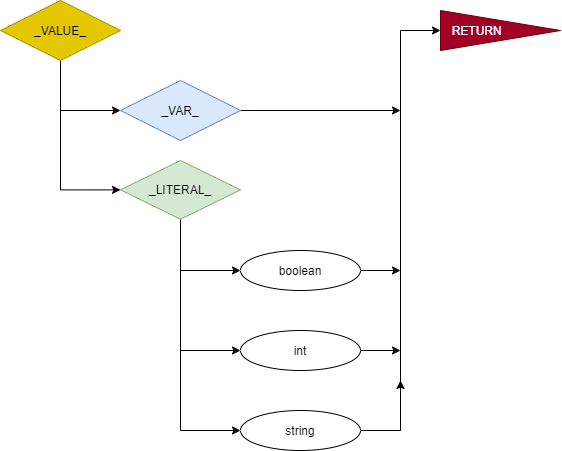
This is README/Images/CFG5-_VALUE_.png from ZacharyYGateley/Compiler, a draw.io export, as it was before one commit. Source tidied: cells renumbered, new cells last; positions are measured from the earlier drawing's top-left corner, leaving out a move shared by most shapes. Source of this version:
```xml
<mxGraphModel>
  <root>
    <mxCell id="0" />
    <mxCell id="1" parent="0" />
    <mxCell id="2" style="edgeStyle=orthogonalEdgeStyle;rounded=0;jettySize=auto;html=1;exitX=0.5;exitY=1;exitDx=0;exitDy=0;entryX=0;entryY=0.5;entryDx=0;entryDy=0;" parent="1" edge="1" source="4" target="17">
      <mxGeometry relative="1" as="geometry" />
    </mxCell>
    <mxCell id="3" style="edgeStyle=orthogonalEdgeStyle;rounded=0;jettySize=auto;html=1;exitX=0.5;exitY=1;exitDx=0;exitDy=0;entryX=0;entryY=0.5;entryDx=0;entryDy=0;" parent="1" edge="1" source="4" target="8">
      <mxGeometry relative="1" as="geometry" />
    </mxCell>
    <mxCell id="4" value="&lt;font color=&quot;#000000&quot;&gt;_VALUE_&lt;/font&gt;" style="rhombus;whiteSpace=wrap;html=1;fillColor=#e3c800;strokeColor=#B09500;fontColor=#ffffff;" parent="1" vertex="1">
      <mxGeometry width="120" height="60" as="geometry" />
    </mxCell>
    <mxCell id="5" style="edgeStyle=orthogonalEdgeStyle;rounded=0;jettySize=auto;html=1;exitX=0.5;exitY=1;exitDx=0;exitDy=0;entryX=0;entryY=0.5;entryDx=0;entryDy=0;" parent="1" edge="1" source="8" target="14">
      <mxGeometry relative="1" as="geometry" />
    </mxCell>
    <mxCell id="6" style="edgeStyle=orthogonalEdgeStyle;rounded=0;jettySize=auto;html=1;exitX=0.5;exitY=1;exitDx=0;exitDy=0;entryX=0;entryY=0.5;entryDx=0;entryDy=0;" parent="1" edge="1" source="8" target="12">
      <mxGeometry relative="1" as="geometry" />
    </mxCell>
    <mxCell id="7" style="edgeStyle=orthogonalEdgeStyle;rounded=0;jettySize=auto;html=1;exitX=0.5;exitY=1;exitDx=0;exitDy=0;entryX=0;entryY=0.5;entryDx=0;entryDy=0;" parent="1" edge="1" source="8" target="10">
      <mxGeometry relative="1" as="geometry" />
    </mxCell>
    <mxCell id="8" value="_LITERAL_" style="rhombus;whiteSpace=wrap;html=1;fillColor=#d5e8d4;strokeColor=#82b366;" parent="1" vertex="1">
      <mxGeometry x="120" y="160" width="120" height="58.8" as="geometry" />
    </mxCell>
    <mxCell id="9" style="edgeStyle=orthogonalEdgeStyle;rounded=0;jettySize=auto;html=1;exitX=1;exitY=0.5;exitDx=0;exitDy=0;entryX=0;entryY=0.5;entryDx=0;entryDy=0;" parent="1" edge="1" source="10" target="15">
      <mxGeometry relative="1" as="geometry" />
    </mxCell>
    <mxCell id="10" value="string" style="ellipse;whiteSpace=wrap;html=1;" parent="1" vertex="1">
      <mxGeometry x="240" y="410" width="120" height="40" as="geometry" />
    </mxCell>
    <mxCell id="11" style="edgeStyle=orthogonalEdgeStyle;rounded=0;jettySize=auto;html=1;exitX=1;exitY=0.5;exitDx=0;exitDy=0;" parent="1" edge="1" source="12">
      <mxGeometry relative="1" as="geometry">
        <mxPoint x="400" y="350" as="targetPoint" />
      </mxGeometry>
    </mxCell>
    <mxCell id="12" value="int" style="ellipse;whiteSpace=wrap;html=1;" parent="1" vertex="1">
      <mxGeometry x="240" y="330" width="120" height="40" as="geometry" />
    </mxCell>
    <mxCell id="13" style="edgeStyle=orthogonalEdgeStyle;rounded=0;jettySize=auto;html=1;exitX=1;exitY=0.5;exitDx=0;exitDy=0;" parent="1" edge="1" source="14">
      <mxGeometry relative="1" as="geometry">
        <mxPoint x="400" y="270" as="targetPoint" />
      </mxGeometry>
    </mxCell>
    <mxCell id="14" value="boolean" style="ellipse;whiteSpace=wrap;html=1;" parent="1" vertex="1">
      <mxGeometry x="240" y="250" width="120" height="40" as="geometry" />
    </mxCell>
    <mxCell id="15" value="RETURN&amp;nbsp; &amp;nbsp; &amp;nbsp; &amp;nbsp; &amp;nbsp; &amp;nbsp; &amp;nbsp;&amp;nbsp;" style="triangle;whiteSpace=wrap;html=1;fillColor=#a20025;strokeColor=#6F0000;fontColor=#ffffff;" parent="1" vertex="1">
      <mxGeometry x="440" y="10" width="120" height="40" as="geometry" />
    </mxCell>
    <mxCell id="16" style="edgeStyle=orthogonalEdgeStyle;rounded=0;jettySize=auto;html=1;exitX=1;exitY=0.5;exitDx=0;exitDy=0;" parent="1" edge="1" source="17">
      <mxGeometry relative="1" as="geometry">
        <mxPoint x="400" y="110" as="targetPoint" />
      </mxGeometry>
    </mxCell>
    <mxCell id="17" value="_VAR_" style="rhombus;whiteSpace=wrap;html=1;fillColor=#dae8fc;strokeColor=#6c8ebf;" parent="1" vertex="1">
      <mxGeometry x="120" y="80" width="120" height="60" as="geometry" />
    </mxCell>
    <mxCell id="18" style="endArrow=classic;html=1;" parent="1" edge="1">
      <mxGeometry relative="1" as="geometry">
        <mxPoint x="400" y="430" as="sourcePoint" />
        <mxPoint x="400" y="380" as="targetPoint" />
      </mxGeometry>
    </mxCell>
  </root>
</mxGraphModel>
```
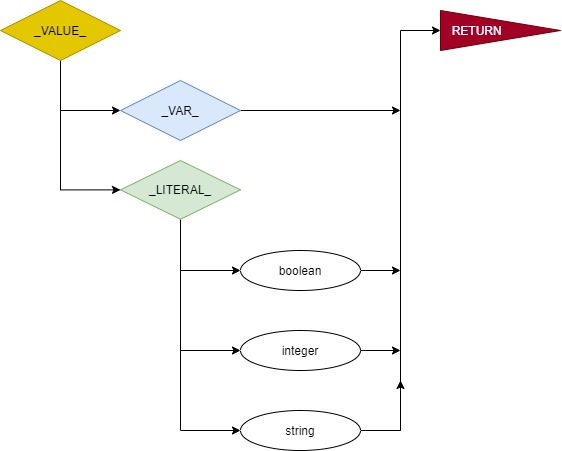
The same diagram one commit later.

Diff of the diagram source:
```diff
@@ -34,7 +34,7 @@
         <mxPoint x="400" y="350" as="targetPoint" />
       </mxGeometry>
     </mxCell>
-    <mxCell id="12" value="int" style="ellipse;whiteSpace=wrap;html=1;" parent="1" vertex="1">
+    <mxCell id="12" value="integer" style="ellipse;whiteSpace=wrap;html=1;" parent="1" vertex="1">
       <mxGeometry x="240" y="330" width="120" height="40" as="geometry" />
     </mxCell>
     <mxCell id="13" style="edgeStyle=orthogonalEdgeStyle;rounded=0;jettySize=auto;html=1;exitX=1;exitY=0.5;exitDx=0;exitDy=0;" parent="1" edge="1" source="14">
```
